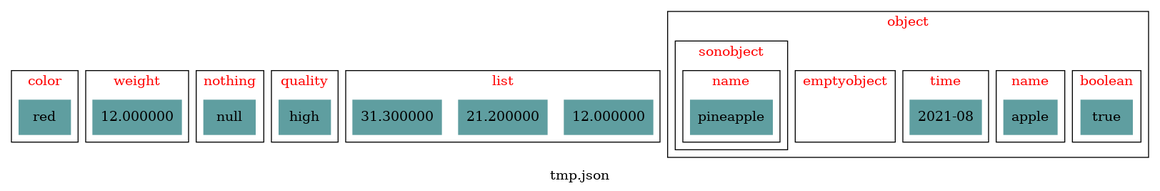
Earlier version of the Graphviz export build/tmp.png (jyf111/easy-json). Its source is kept beside it as build/tmp.dot. Source of this version:
```dot
graph {
    node [shape=box, color=cadetblue, style=filled]
    label = "tmp.json"
    subgraph cluster0 {
        label = <<FONT COLOR="red">color</FONT>>
        0 [label="red"]
    }
    subgraph cluster1 {
        label = <<FONT COLOR="red">weight</FONT>>
        1 [label="12.000000"]
    }
    subgraph cluster2 {
        label = <<FONT COLOR="red">nothing</FONT>>
        2 [label="null"]
    }
    subgraph cluster3 {
        label = <<FONT COLOR="red">quality</FONT>>
        3 [label="high"]
    }
    subgraph cluster4 {
        label = <<FONT COLOR="red">list</FONT>>
        4 [label="12.000000"]
        5 [label="21.200000"]
        6 [label="31.300000"]
    }
    subgraph cluster5 {
        label = <<FONT COLOR="red">object</FONT>>
        subgraph cluster6 {
            label = <<FONT COLOR="red">boolean</FONT>>
            7 [label="true"]
        }
        subgraph cluster7 {
            label = <<FONT COLOR="red">name</FONT>>
            8 [label="apple"]
        }
        subgraph cluster8 {
            label = <<FONT COLOR="red">time</FONT>>
            9 [label="2021-08"]
        }
        subgraph cluster9 {
            label = <<FONT COLOR="red">emptyobject</FONT>>
            10 [style="invis"]
        }
        subgraph cluster10 {
            label = <<FONT COLOR="red">sonobject</FONT>>
            subgraph cluster11 {
                label = <<FONT COLOR="red">name</FONT>>
                11 [label="pineapple"]
            }
        }
    }
}
```
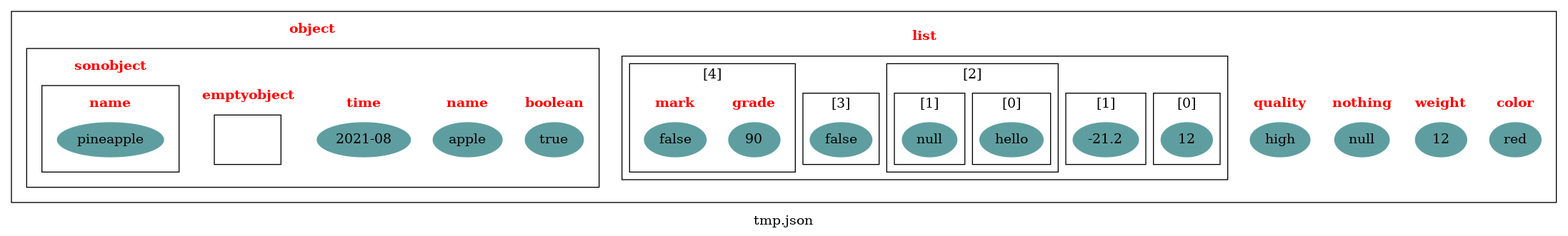
After the change.

The edit, as a diff of the source:
```diff
@@ -1,52 +1,126 @@
-graph {
-    node [shape=box, color=cadetblue, style=filled]
-    label = "tmp.json"
-    subgraph cluster0 {
-        label = <<FONT COLOR="red">color</FONT>>
-        0 [label="red"]
-    }
+digraph {
+  node [shape=ellipse, color=cadetblue, style=filled]
+  label = "tmp.json"
+  edge [minlen=0.1]
+  compound = true
+  subgraph cluster0 {
+    label = ""
+    color = black
     subgraph cluster1 {
-        label = <<FONT COLOR="red">weight</FONT>>
-        1 [label="12.000000"]
+      label = <<B><FONT COLOR="red">color</FONT></B>>
+      color = white
+      0 [label="red"]
     }
     subgraph cluster2 {
-        label = <<FONT COLOR="red">nothing</FONT>>
-        2 [label="null"]
+      label = <<B><FONT COLOR="red">weight</FONT></B>>
+      color = white
+      1 [label="12"]
     }
     subgraph cluster3 {
-        label = <<FONT COLOR="red">quality</FONT>>
-        3 [label="high"]
+      label = <<B><FONT COLOR="red">nothing</FONT></B>>
+      color = white
+      2 [label="null"]
     }
     subgraph cluster4 {
-        label = <<FONT COLOR="red">list</FONT>>
-        4 [label="12.000000"]
-        5 [label="21.200000"]
-        6 [label="31.300000"]
+      label = <<B><FONT COLOR="red">quality</FONT></B>>
+      color = white
+      3 [label="high"]
     }
     subgraph cluster5 {
-        label = <<FONT COLOR="red">object</FONT>>
-        subgraph cluster6 {
-            label = <<FONT COLOR="red">boolean</FONT>>
-            7 [label="true"]
-        }
+      label = <<B><FONT COLOR="red">list</FONT></B>>
+      color = white
+      subgraph cluster6 {
+        label = ""
+        color = black
         subgraph cluster7 {
-            label = <<FONT COLOR="red">name</FONT>>
-            8 [label="apple"]
+          label = "[0]"
+          color = black
+          4 [label="12"]
         }
         subgraph cluster8 {
-            label = <<FONT COLOR="red">time</FONT>>
-            9 [label="2021-08"]
+          label = "[1]"
+          color = black
+          5 [label="-21.2"]
         }
-        subgraph cluster9 {
-            label = <<FONT COLOR="red">emptyobject</FONT>>
-            10 [style="invis"]
+          subgraph cluster9 {
+            label = "[2]"
+            color = black
+            subgraph cluster10 {
+              label = "[0]"
+              color = black
+              6 [label="hello"]
+            }
+            subgraph cluster11 {
+              label = "[1]"
+              color = black
+              7 [label="null"]
+            }
+          }
+        subgraph cluster12 {
+          label = "[3]"
+          color = black
+          8 [label="false"]
         }
-        subgraph cluster10 {
-            label = <<FONT COLOR="red">sonobject</FONT>>
-            subgraph cluster11 {
-                label = <<FONT COLOR="red">name</FONT>>
-                11 [label="pineapple"]
+          subgraph cluster13 {
+            label = "[4]"
+            color = black
+            subgraph cluster14 {
+              label = <<B><FONT COLOR="red">grade</FONT></B>>
+              color = white
+              9 [label="90"]
             }
+            subgraph cluster15 {
+              label = <<B><FONT COLOR="red">mark</FONT></B>>
+              color = white
+              10 [label="false"]
+            }
+          }
+      }
+    }
+    subgraph cluster16 {
+      label = <<B><FONT COLOR="red">object</FONT></B>>
+      color = white
+      subgraph cluster17 {
+        label = ""
+        color = black
+        subgraph cluster18 {
+          label = <<B><FONT COLOR="red">boolean</FONT></B>>
+          color = white
+          11 [label="true"]
         }
+        subgraph cluster19 {
+          label = <<B><FONT COLOR="red">name</FONT></B>>
+          color = white
+          12 [label="apple"]
+        }
+        subgraph cluster20 {
+          label = <<B><FONT COLOR="red">time</FONT></B>>
+          color = white
+          13 [label="2021-08"]
+        }
+        subgraph cluster21 {
+          label = <<B><FONT COLOR="red">emptyobject</FONT></B>>
+          color = white
+          subgraph cluster22 {
+            label = ""
+            color = black
+            14 [style="invis"]
+          }
+        }
+        subgraph cluster23 {
+          label = <<B><FONT COLOR="red">sonobject</FONT></B>>
+          color = white
+          subgraph cluster24 {
+            label = ""
+            color = black
+            subgraph cluster25 {
+              label = <<B><FONT COLOR="red">name</FONT></B>>
+              color = white
+              15 [label="pineapple"]
+            }
+          }
+        }
+      }
     }
+  }
 }
```
